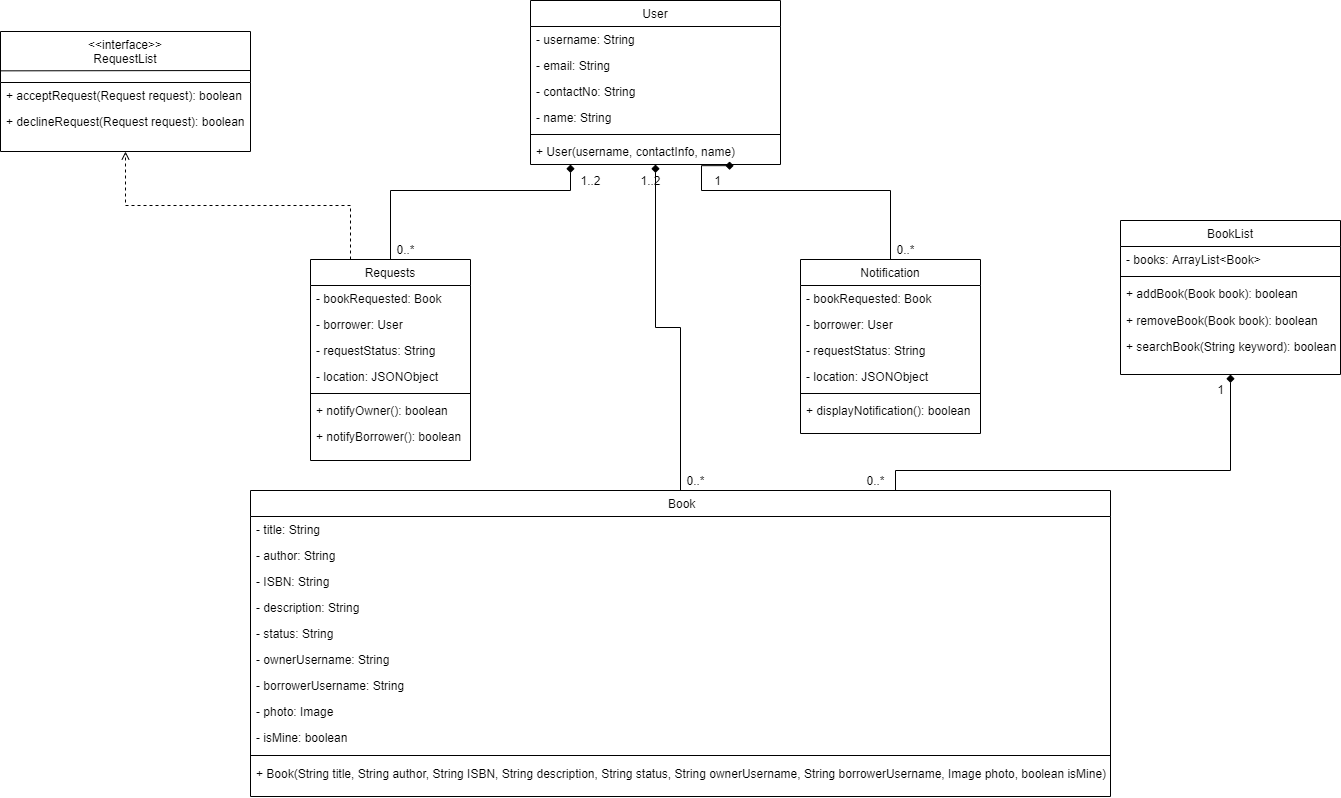
The draw.io diagram ProjectUML.png in CMPUT301F20T12/BookFace, before a commit. Source tidied: cells renumbered, new cells last; positions are measured from the earlier drawing's top-left corner, leaving out a move shared by most shapes.
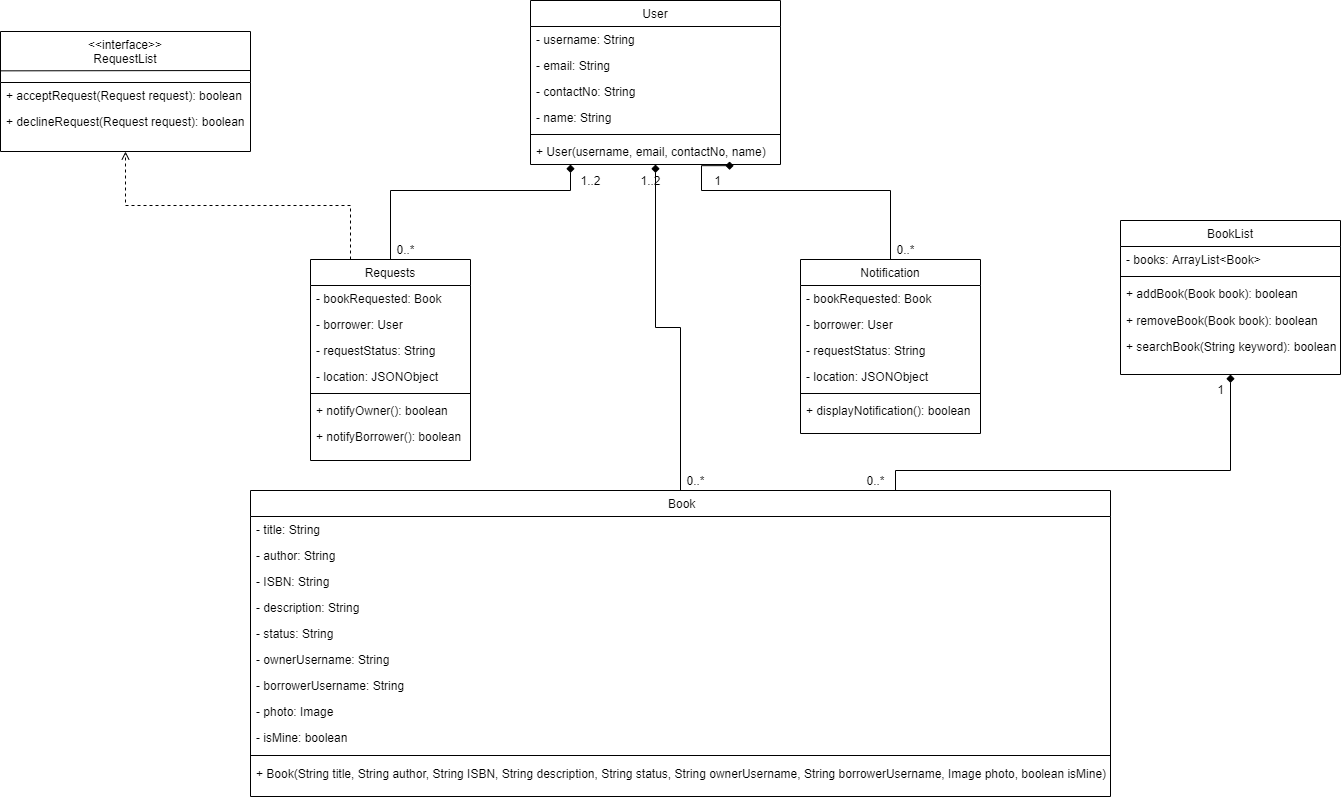
After the commit.

Commit message:
Made a minor change in the diagram

What changed in the source:
```diff
@@ -29,7 +29,7 @@
     <mxCell id="10" style="line;html=1;strokeWidth=1;align=left;verticalAlign=middle;spacingTop=-1;spacingLeft=3;spacingRight=3;labelPosition=right;" parent="5" vertex="1">
       <mxGeometry y="130" width="250" height="8" as="geometry" />
     </mxCell>
-    <mxCell id="11" value="+ User(username, contactInfo, name)" style="text;align=left;verticalAlign=top;spacingLeft=4;spacingRight=4;overflow=hidden;points=[[0,0.5],[1,0.5]];portConstraint=eastwest;rounded=0;shadow=0;html=0;" parent="5" vertex="1">
+    <mxCell id="11" value="+ User(username, email, contactNo, name)" style="text;align=left;verticalAlign=top;spacingLeft=4;spacingRight=4;overflow=hidden;points=[[0,0.5],[1,0.5]];portConstraint=eastwest;rounded=0;shadow=0;html=0;" parent="5" vertex="1">
       <mxGeometry y="138" width="250" height="26" as="geometry" />
     </mxCell>
     <mxCell id="12" style="edgeStyle=orthogonalEdgeStyle;rounded=0;jettySize=auto;html=1;exitX=0.75;exitY=0;exitDx=0;exitDy=0;entryX=0.5;entryY=1;entryDx=0;entryDy=0;endArrow=diamond;endFill=1;" parent="1" edge="1" source="13" target="55">
```
